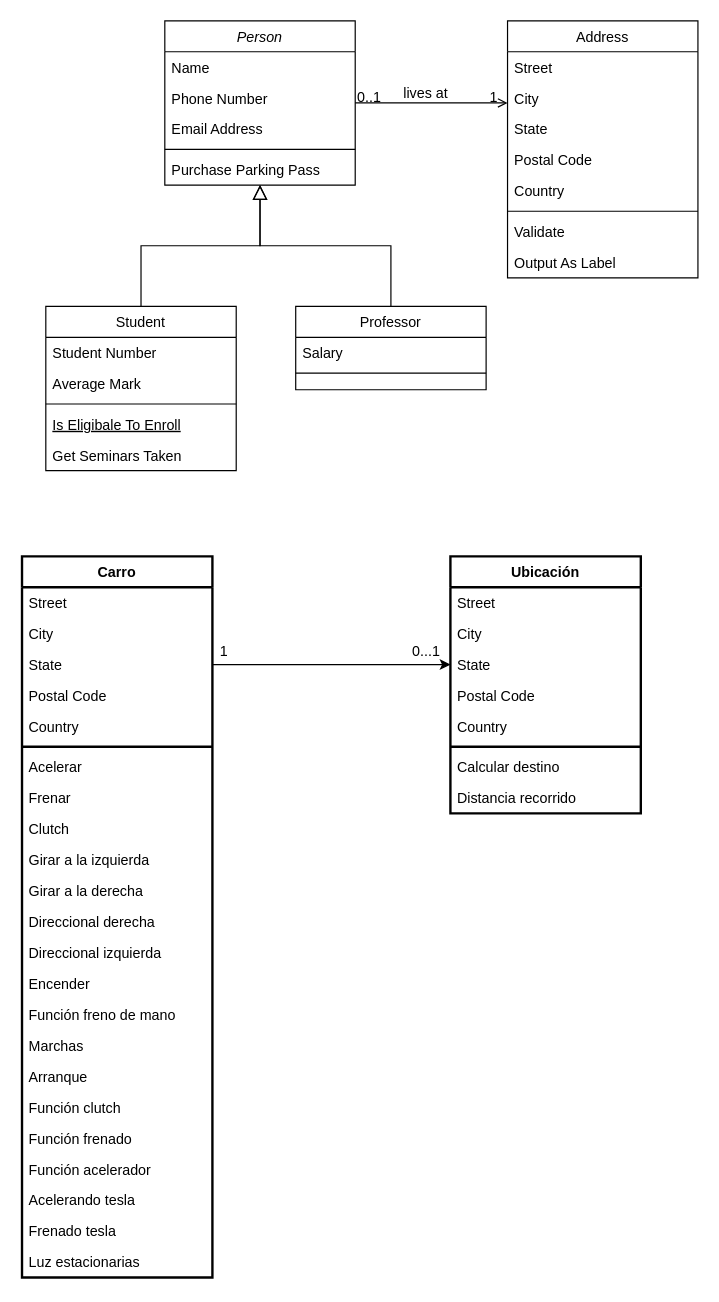
Before: diagramaClases.drawio in Emanuel684/reto-automovil-inteligente, a draw.io diagram. Source tidied: cells renumbered, new cells numbered last; positions are measured from the earlier drawing's top-left corner, leaving out a move shared by most shapes. Both pictures are drawn from the tidied source at 119%, with x=0, y=0 at pixel (21, 20).
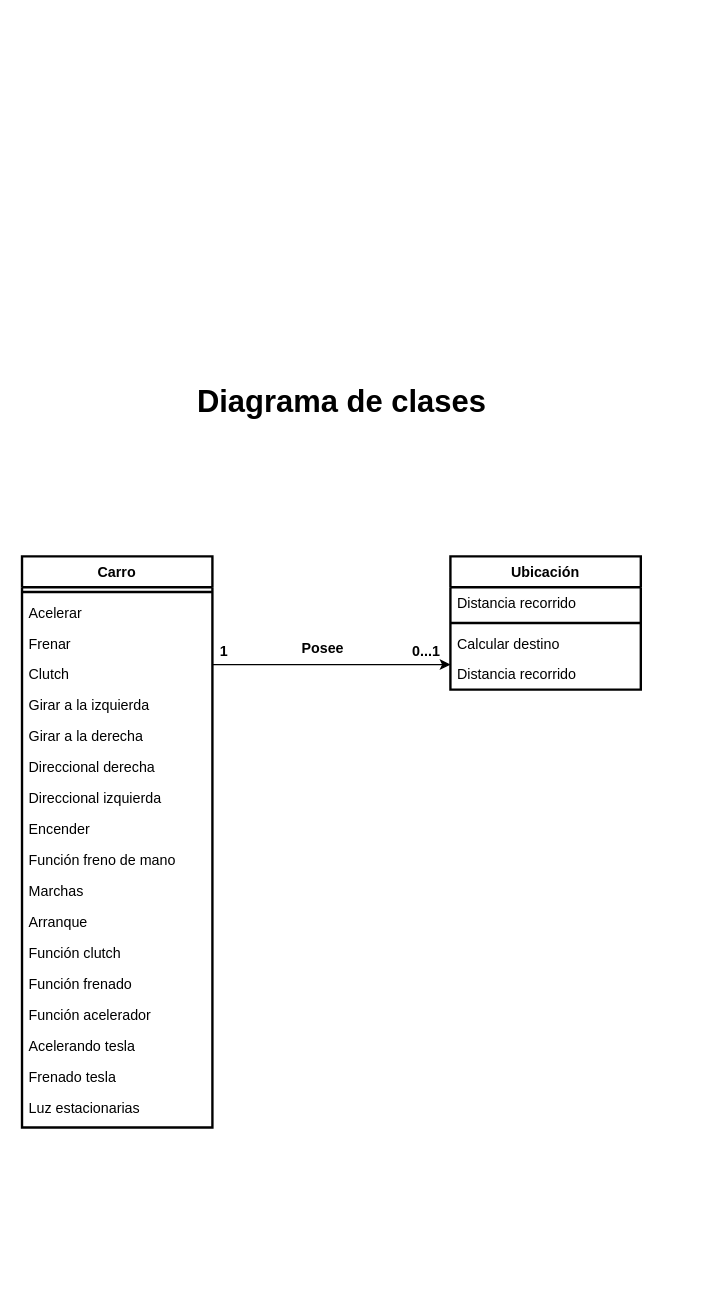
The same page after the edit.

Commit message (it also covers changes not shown here):
Se agrega el diagrama de clases en formarto png

Change to the diagram source:
```diff
@@
-    <mxCell id="2" value="Person" style="swimlane;fontStyle=2;align=center;verticalAlign=top;horizontal=1;startSize=26;rounded=0;shadow=0;strokeWidth=1;" parent="1" vertex="1">
-      <mxGeometry x="120" width="160" height="138" as="geometry" />
-    </mxCell>
-    <mxCell id="3" value="Name" style="text;align=left;verticalAlign=top;spacingLeft=4;spacingRight=4;overflow=hidden;" parent="2" vertex="1">
-      <mxGeometry y="26" width="160" height="26" as="geometry" />
-    </mxCell>
-    <mxCell id="4" value="Phone Number" style="text;align=left;verticalAlign=top;spacingLeft=4;spacingRight=4;overflow=hidden;rounded=0;shadow=0;html=0;" parent="2" vertex="1">
-      <mxGeometry y="52" width="160" height="26" as="geometry" />
-    </mxCell>
-    <mxCell id="5" value="Email Address" style="text;align=left;verticalAlign=top;spacingLeft=4;spacingRight=4;overflow=hidden;rounded=0;shadow=0;html=0;" parent="2" vertex="1">
-      <mxGeometry y="78" width="160" height="26" as="geometry" />
-    </mxCell>
-    <mxCell id="6" style="line;html=1;strokeWidth=1;align=left;verticalAlign=middle;spacingTop=-1;spacingLeft=3;spacingRight=3;labelPosition=right;" parent="2" vertex="1">
-      <mxGeometry y="104" width="160" height="8" as="geometry" />
-    </mxCell>
-    <mxCell id="7" value="Purchase Parking Pass" style="text;align=left;verticalAlign=top;spacingLeft=4;spacingRight=4;overflow=hidden;" parent="2" vertex="1">
-      <mxGeometry y="112" width="160" height="26" as="geometry" />
-    </mxCell>
-    <mxCell id="8" value="Student" style="swimlane;fontStyle=0;align=center;verticalAlign=top;horizontal=1;startSize=26;rounded=0;shadow=0;strokeWidth=1;" parent="1" vertex="1">
-      <mxGeometry x="20" y="240" width="160" height="138" as="geometry" />
-    </mxCell>
-    <mxCell id="9" value="Student Number" style="text;align=left;verticalAlign=top;spacingLeft=4;spacingRight=4;overflow=hidden;" parent="8" vertex="1">
-      <mxGeometry y="26" width="160" height="26" as="geometry" />
-    </mxCell>
-    <mxCell id="10" value="Average Mark" style="text;align=left;verticalAlign=top;spacingLeft=4;spacingRight=4;overflow=hidden;rounded=0;shadow=0;html=0;" parent="8" vertex="1">
-      <mxGeometry y="52" width="160" height="26" as="geometry" />
-    </mxCell>
-    <mxCell id="11" style="line;html=1;strokeWidth=1;align=left;verticalAlign=middle;spacingTop=-1;spacingLeft=3;spacingRight=3;labelPosition=right;" parent="8" vertex="1">
-      <mxGeometry y="78" width="160" height="8" as="geometry" />
-    </mxCell>
-    <mxCell id="12" value="Is Eligibale To Enroll" style="text;align=left;verticalAlign=top;spacingLeft=4;spacingRight=4;overflow=hidden;fontStyle=4;" parent="8" vertex="1">
-      <mxGeometry y="86" width="160" height="26" as="geometry" />
-    </mxCell>
-    <mxCell id="13" value="Get Seminars Taken" style="text;align=left;verticalAlign=top;spacingLeft=4;spacingRight=4;overflow=hidden;" parent="8" vertex="1">
-      <mxGeometry y="112" width="160" height="26" as="geometry" />
-    </mxCell>
-    <mxCell id="14" style="endArrow=block;endSize=10;endFill=0;shadow=0;strokeWidth=1;rounded=0;edgeStyle=elbowEdgeStyle;elbow=vertical;" parent="1" edge="1" source="8" target="2">
-      <mxGeometry relative="1" as="geometry" />
-    </mxCell>
-    <mxCell id="15" value="Professor" style="swimlane;fontStyle=0;align=center;verticalAlign=top;horizontal=1;startSize=26;rounded=0;shadow=0;strokeWidth=1;" parent="1" vertex="1">
-      <mxGeometry x="230" y="240" width="160" height="70" as="geometry" />
-    </mxCell>
-    <mxCell id="16" value="Salary" style="text;align=left;verticalAlign=top;spacingLeft=4;spacingRight=4;overflow=hidden;" parent="15" vertex="1">
-      <mxGeometry y="26" width="160" height="26" as="geometry" />
-    </mxCell>
-    <mxCell id="17" style="line;html=1;strokeWidth=1;align=left;verticalAlign=middle;spacingTop=-1;spacingLeft=3;spacingRight=3;labelPosition=right;" parent="15" vertex="1">
-      <mxGeometry y="52" width="160" height="8" as="geometry" />
-    </mxCell>
-    <mxCell id="18" style="endArrow=block;endSize=10;endFill=0;shadow=0;strokeWidth=1;rounded=0;edgeStyle=elbowEdgeStyle;elbow=vertical;" parent="1" edge="1" source="15" target="2">
-      <mxGeometry relative="1" as="geometry" />
-    </mxCell>
-    <mxCell id="19" value="Address" style="swimlane;fontStyle=0;align=center;verticalAlign=top;horizontal=1;startSize=26;rounded=0;shadow=0;strokeWidth=1;" parent="1" vertex="1">
-      <mxGeometry x="408" width="160" height="216" as="geometry" />
-    </mxCell>
-    <mxCell id="20" value="Street" style="text;align=left;verticalAlign=top;spacingLeft=4;spacingRight=4;overflow=hidden;" parent="19" vertex="1">
-      <mxGeometry y="26" width="160" height="26" as="geometry" />
-    </mxCell>
-    <mxCell id="21" value="City" style="text;align=left;verticalAlign=top;spacingLeft=4;spacingRight=4;overflow=hidden;rounded=0;shadow=0;html=0;" parent="19" vertex="1">
-      <mxGeometry y="52" width="160" height="26" as="geometry" />
-    </mxCell>
-    <mxCell id="22" value="State" style="text;align=left;verticalAlign=top;spacingLeft=4;spacingRight=4;overflow=hidden;rounded=0;shadow=0;html=0;" parent="19" vertex="1">
-      <mxGeometry y="78" width="160" height="26" as="geometry" />
-    </mxCell>
-    <mxCell id="23" value="Postal Code" style="text;align=left;verticalAlign=top;spacingLeft=4;spacingRight=4;overflow=hidden;rounded=0;shadow=0;html=0;" parent="19" vertex="1">
-      <mxGeometry y="104" width="160" height="26" as="geometry" />
-    </mxCell>
-    <mxCell id="24" value="Country" style="text;align=left;verticalAlign=top;spacingLeft=4;spacingRight=4;overflow=hidden;rounded=0;shadow=0;html=0;" parent="19" vertex="1">
-      <mxGeometry y="130" width="160" height="26" as="geometry" />
-    </mxCell>
-    <mxCell id="25" style="line;html=1;strokeWidth=1;align=left;verticalAlign=middle;spacingTop=-1;spacingLeft=3;spacingRight=3;labelPosition=right;" parent="19" vertex="1">
-      <mxGeometry y="156" width="160" height="8" as="geometry" />
-    </mxCell>
-    <mxCell id="26" value="Validate" style="text;align=left;verticalAlign=top;spacingLeft=4;spacingRight=4;overflow=hidden;" parent="19" vertex="1">
-      <mxGeometry y="164" width="160" height="26" as="geometry" />
-    </mxCell>
-    <mxCell id="27" value="Output As Label" style="text;align=left;verticalAlign=top;spacingLeft=4;spacingRight=4;overflow=hidden;" parent="19" vertex="1">
-      <mxGeometry y="190" width="160" height="26" as="geometry" />
-    </mxCell>
-    <mxCell id="28" style="endArrow=open;shadow=0;strokeWidth=1;rounded=0;endFill=1;edgeStyle=elbowEdgeStyle;elbow=vertical;" parent="1" edge="1" source="2" target="19">
-      <mxGeometry x="0.5" y="41" relative="1" as="geometry">
-        <mxPoint x="-40" y="32" as="offset" />
-      </mxGeometry>
-    </mxCell>
-    <mxCell id="29" value="0..1" style="align=left;verticalAlign=bottom;labelBackgroundColor=none;fontSize=12;" parent="28" vertex="1">
-      <mxGeometry x="-1" relative="1" as="geometry">
-        <mxPoint y="4" as="offset" />
-      </mxGeometry>
-    </mxCell>
-    <mxCell id="30" value="1" style="align=right;verticalAlign=bottom;labelBackgroundColor=none;fontSize=12;" parent="28" vertex="1">
-      <mxGeometry x="1" relative="1" as="geometry">
-        <mxPoint x="-7" y="4" as="offset" />
-      </mxGeometry>
-    </mxCell>
-    <mxCell id="31" value="lives at" style="text;html=1;align=center;verticalAlign=middle;labelBackgroundColor=none;rounded=0;shadow=0;strokeWidth=1;fontSize=12;" parent="28" vertex="1">
-      <mxGeometry x="0.5" y="49" relative="1" as="geometry">
-        <mxPoint x="-38" y="40" as="offset" />
-      </mxGeometry>
-    </mxCell>
     <mxCell id="32" value="Carro" style="swimlane;fontStyle=1;align=center;verticalAlign=top;horizontal=1;startSize=26;rounded=0;shadow=0;strokeWidth=2;" parent="1" vertex="1">
-      <mxGeometry y="450" width="160" height="606" as="geometry" />
+      <mxGeometry y="450" width="160" height="480" as="geometry" />
     </mxCell>
-    <mxCell id="33" value="Street" style="text;align=left;verticalAlign=top;spacingLeft=4;spacingRight=4;overflow=hidden;" parent="32" vertex="1">
-      <mxGeometry y="26" width="160" height="26" as="geometry" />
-    </mxCell>
-    <mxCell id="34" value="City" style="text;align=left;verticalAlign=top;spacingLeft=4;spacingRight=4;overflow=hidden;rounded=0;shadow=0;html=0;" parent="32" vertex="1">
-      <mxGeometry y="52" width="160" height="26" as="geometry" />
-    </mxCell>
-    <mxCell id="35" value="State" style="text;align=left;verticalAlign=top;spacingLeft=4;spacingRight=4;overflow=hidden;points=[[0,0.5],[1,0.5]];portConstraint=eastwest;rounded=0;shadow=0;html=0;" parent="32" vertex="1">
-      <mxGeometry y="78" width="160" height="26" as="geometry" />
-    </mxCell>
-    <mxCell id="36" value="Postal Code" style="text;align=left;verticalAlign=top;spacingLeft=4;spacingRight=4;overflow=hidden;rounded=0;shadow=0;html=0;" parent="32" vertex="1">
-      <mxGeometry y="104" width="160" height="26" as="geometry" />
-    </mxCell>
-    <mxCell id="37" value="Country" style="text;align=left;verticalAlign=top;spacingLeft=4;spacingRight=4;overflow=hidden;rounded=0;shadow=0;html=0;" parent="32" vertex="1">
-      <mxGeometry y="130" width="160" height="26" as="geometry" />
-    </mxCell>
     <mxCell id="38" style="line;html=1;strokeWidth=2;align=left;verticalAlign=middle;spacingTop=-1;spacingLeft=3;spacingRight=3;labelPosition=right;" parent="32" vertex="1">
-      <mxGeometry y="156" width="160" height="8" as="geometry" />
+      <mxGeometry y="26" width="160" height="8" as="geometry" />
     </mxCell>
     <mxCell id="39" value="Acelerar" style="text;align=left;verticalAlign=top;spacingLeft=4;spacingRight=4;overflow=hidden;" parent="32" vertex="1">
-      <mxGeometry y="164" width="160" height="26" as="geometry" />
+      <mxGeometry y="34" width="160" height="26" as="geometry" />
     </mxCell>
     <mxCell id="40" value="Frenar" style="text;align=left;verticalAlign=top;spacingLeft=4;spacingRight=4;overflow=hidden;" parent="32" vertex="1">
-      <mxGeometry y="190" width="160" height="26" as="geometry" />
+      <mxGeometry y="60" width="160" height="26" as="geometry" />
     </mxCell>
     <mxCell id="41" value="Clutch" style="text;align=left;verticalAlign=top;spacingLeft=4;spacingRight=4;overflow=hidden;" parent="32" vertex="1">
-      <mxGeometry y="216" width="160" height="26" as="geometry" />
+      <mxGeometry y="86" width="160" height="26" as="geometry" />
     </mxCell>
     <mxCell id="42" value="Girar a la izquierda" style="text;align=left;verticalAlign=top;spacingLeft=4;spacingRight=4;overflow=hidden;" parent="32" vertex="1">
-      <mxGeometry y="242" width="160" height="26" as="geometry" />
+      <mxGeometry y="112" width="160" height="26" as="geometry" />
     </mxCell>
     <mxCell id="43" value="Girar a la derecha" style="text;align=left;verticalAlign=top;spacingLeft=4;spacingRight=4;overflow=hidden;" parent="32" vertex="1">
-      <mxGeometry y="268" width="160" height="26" as="geometry" />
+      <mxGeometry y="138" width="160" height="26" as="geometry" />
     </mxCell>
     <mxCell id="44" value="Direccional derecha" style="text;align=left;verticalAlign=top;spacingLeft=4;spacingRight=4;overflow=hidden;" parent="32" vertex="1">
-      <mxGeometry y="294" width="160" height="26" as="geometry" />
+      <mxGeometry y="164" width="160" height="26" as="geometry" />
     </mxCell>
     <mxCell id="45" value="Direccional izquierda" style="text;align=left;verticalAlign=top;spacingLeft=4;spacingRight=4;overflow=hidden;" parent="32" vertex="1">
-      <mxGeometry y="320" width="160" height="26" as="geometry" />
+      <mxGeometry y="190" width="160" height="26" as="geometry" />
     </mxCell>
     <mxCell id="46" value="Encender" style="text;align=left;verticalAlign=top;spacingLeft=4;spacingRight=4;overflow=hidden;" parent="32" vertex="1">
-      <mxGeometry y="346" width="160" height="26" as="geometry" />
+      <mxGeometry y="216" width="160" height="26" as="geometry" />
     </mxCell>
     <mxCell id="47" value="Función freno de mano" style="text;align=left;verticalAlign=top;spacingLeft=4;spacingRight=4;overflow=hidden;" parent="32" vertex="1">
-      <mxGeometry y="372" width="160" height="26" as="geometry" />
+      <mxGeometry y="242" width="160" height="26" as="geometry" />
     </mxCell>
     <mxCell id="48" value="Marchas" style="text;align=left;verticalAlign=top;spacingLeft=4;spacingRight=4;overflow=hidden;" parent="32" vertex="1">
-      <mxGeometry y="398" width="160" height="26" as="geometry" />
+      <mxGeometry y="268" width="160" height="26" as="geometry" />
     </mxCell>
     <mxCell id="49" value="Arranque" style="text;align=left;verticalAlign=top;spacingLeft=4;spacingRight=4;overflow=hidden;" parent="32" vertex="1">
-      <mxGeometry y="424" width="160" height="26" as="geometry" />
+      <mxGeometry y="294" width="160" height="26" as="geometry" />
     </mxCell>
     <mxCell id="50" value="Función clutch" style="text;align=left;verticalAlign=top;spacingLeft=4;spacingRight=4;overflow=hidden;" parent="32" vertex="1">
-      <mxGeometry y="450" width="160" height="26" as="geometry" />
+      <mxGeometry y="320" width="160" height="26" as="geometry" />
     </mxCell>
     <mxCell id="51" value="Función frenado" style="text;align=left;verticalAlign=top;spacingLeft=4;spacingRight=4;overflow=hidden;" parent="32" vertex="1">
-      <mxGeometry y="476" width="160" height="26" as="geometry" />
+      <mxGeometry y="346" width="160" height="26" as="geometry" />
     </mxCell>
     <mxCell id="52" value="Función acelerador" style="text;align=left;verticalAlign=top;spacingLeft=4;spacingRight=4;overflow=hidden;" parent="32" vertex="1">
-      <mxGeometry y="502" width="160" height="26" as="geometry" />
+      <mxGeometry y="372" width="160" height="26" as="geometry" />
     </mxCell>
     <mxCell id="53" value="Acelerando tesla" style="text;align=left;verticalAlign=top;spacingLeft=4;spacingRight=4;overflow=hidden;" parent="32" vertex="1">
-      <mxGeometry y="528" width="160" height="26" as="geometry" />
+      <mxGeometry y="398" width="160" height="26" as="geometry" />
     </mxCell>
     <mxCell id="54" value="Frenado tesla" style="text;align=left;verticalAlign=top;spacingLeft=4;spacingRight=4;overflow=hidden;" parent="32" vertex="1">
-      <mxGeometry y="554" width="160" height="26" as="geometry" />
+      <mxGeometry y="424" width="160" height="26" as="geometry" />
     </mxCell>
     <mxCell id="55" value="Luz estacionarias" style="text;align=left;verticalAlign=top;spacingLeft=4;spacingRight=4;overflow=hidden;" parent="32" vertex="1">
-      <mxGeometry y="580" width="160" height="26" as="geometry" />
+      <mxGeometry y="450" width="160" height="26" as="geometry" />
     </mxCell>
     <mxCell id="56" value="Ubicación" style="swimlane;fontStyle=1;align=center;verticalAlign=top;horizontal=1;startSize=26;rounded=0;shadow=0;strokeWidth=2;" parent="1" vertex="1">
-      <mxGeometry x="360" y="450" width="160" height="216" as="geometry" />
+      <mxGeometry x="360" y="450" width="160" height="112" as="geometry" />
     </mxCell>
-    <mxCell id="57" value="Street" style="text;align=left;verticalAlign=top;spacingLeft=4;spacingRight=4;overflow=hidden;" parent="56" vertex="1">
+    <mxCell id="57" value="Distancia recorrido" style="text;align=left;verticalAlign=top;spacingLeft=4;spacingRight=4;overflow=hidden;" parent="56" vertex="1">
       <mxGeometry y="26" width="160" height="26" as="geometry" />
     </mxCell>
-    <mxCell id="58" value="City" style="text;align=left;verticalAlign=top;spacingLeft=4;spacingRight=4;overflow=hidden;rounded=0;shadow=0;html=0;" parent="56" vertex="1">
-      <mxGeometry y="52" width="160" height="26" as="geometry" />
-    </mxCell>
-    <mxCell id="59" value="State" style="text;align=left;verticalAlign=top;spacingLeft=4;spacingRight=4;overflow=hidden;points=[[0,0.5],[1,0.5]];portConstraint=eastwest;rounded=0;shadow=0;html=0;" parent="56" vertex="1">
-      <mxGeometry y="78" width="160" height="26" as="geometry" />
-    </mxCell>
-    <mxCell id="60" value="Postal Code" style="text;align=left;verticalAlign=top;spacingLeft=4;spacingRight=4;overflow=hidden;rounded=0;shadow=0;html=0;" parent="56" vertex="1">
-      <mxGeometry y="104" width="160" height="26" as="geometry" />
-    </mxCell>
-    <mxCell id="61" value="Country" style="text;align=left;verticalAlign=top;spacingLeft=4;spacingRight=4;overflow=hidden;rounded=0;shadow=0;html=0;" parent="56" vertex="1">
-      <mxGeometry y="130" width="160" height="26" as="geometry" />
-    </mxCell>
     <mxCell id="62" style="line;html=1;strokeWidth=2;align=left;verticalAlign=middle;spacingTop=-1;spacingLeft=3;spacingRight=3;labelPosition=right;" parent="56" vertex="1">
-      <mxGeometry y="156" width="160" height="8" as="geometry" />
+      <mxGeometry y="52" width="160" height="8" as="geometry" />
     </mxCell>
     <mxCell id="63" value="Calcular destino" style="text;align=left;verticalAlign=top;spacingLeft=4;spacingRight=4;overflow=hidden;" parent="56" vertex="1">
-      <mxGeometry y="164" width="160" height="26" as="geometry" />
+      <mxGeometry y="60" width="160" height="26" as="geometry" />
     </mxCell>
     <mxCell id="64" value="Distancia recorrido" style="text;align=left;verticalAlign=top;spacingLeft=4;spacingRight=4;overflow=hidden;" parent="56" vertex="1">
-      <mxGeometry y="190" width="160" height="26" as="geometry" />
+      <mxGeometry y="86" width="160" height="26" as="geometry" />
     </mxCell>
-    <mxCell id="65" style="edgeStyle=orthogonalEdgeStyle;rounded=0;jettySize=auto;html=1;exitX=1;exitY=0.5;exitDx=0;exitDy=0;entryX=0;entryY=0.5;entryDx=0;entryDy=0;labelBorderColor=none;" parent="1" edge="1" source="35" target="59">
-      <mxGeometry relative="1" as="geometry" />
+    <mxCell id="65" style="edgeStyle=orthogonalEdgeStyle;rounded=0;orthogonalLoop=1;jettySize=auto;html=1;exitX=1;exitY=0.5;exitDx=0;exitDy=0;entryX=0;entryY=0.5;entryDx=0;entryDy=0;labelBorderColor=none;" parent="1" edge="1">
+      <mxGeometry relative="1" as="geometry">
+        <mxPoint x="160" y="541" as="sourcePoint" />
+        <mxPoint x="360" y="541" as="targetPoint" />
+      </mxGeometry>
     </mxCell>
-    <mxCell id="66" value="1" style="text;html=1;strokeColor=none;fillColor=none;align=center;verticalAlign=middle;whiteSpace=wrap;rounded=0;" parent="1" vertex="1">
+    <mxCell id="66" value="&lt;b&gt;1&lt;/b&gt;" style="text;html=1;strokeColor=none;fillColor=none;align=center;verticalAlign=middle;whiteSpace=wrap;rounded=0;" parent="1" vertex="1">
       <mxGeometry x="150" y="520" width="40" height="20" as="geometry" />
     </mxCell>
-    <mxCell id="67" value="0...1" style="text;html=1;strokeColor=none;fillColor=none;align=center;verticalAlign=middle;whiteSpace=wrap;rounded=0;" parent="1" vertex="1">
+    <mxCell id="67" value="&lt;b&gt;0...1&lt;/b&gt;" style="text;html=1;strokeColor=none;fillColor=none;align=center;verticalAlign=middle;whiteSpace=wrap;rounded=0;" parent="1" vertex="1">
       <mxGeometry x="320" y="520" width="40" height="20" as="geometry" />
     </mxCell>
+    <mxCell id="68" value="&lt;b&gt;Posee&lt;/b&gt;" style="text;html=1;strokeColor=none;fillColor=none;align=center;verticalAlign=middle;whiteSpace=wrap;rounded=0;" parent="1" vertex="1">
+      <mxGeometry x="233" y="518" width="40" height="20" as="geometry" />
+    </mxCell>
+    <mxCell id="69" value="&lt;h1&gt;&lt;b&gt;&lt;font style=&quot;font-size: 26px&quot;&gt;Diagrama de clases&amp;nbsp;&lt;/font&gt;&lt;/b&gt;&lt;/h1&gt;" style="text;html=1;strokeColor=none;fillColor=none;align=center;verticalAlign=middle;whiteSpace=wrap;rounded=0;" parent="1" vertex="1">
+      <mxGeometry x="86" y="310" width="373" height="20" as="geometry" />
+    </mxCell>
```
